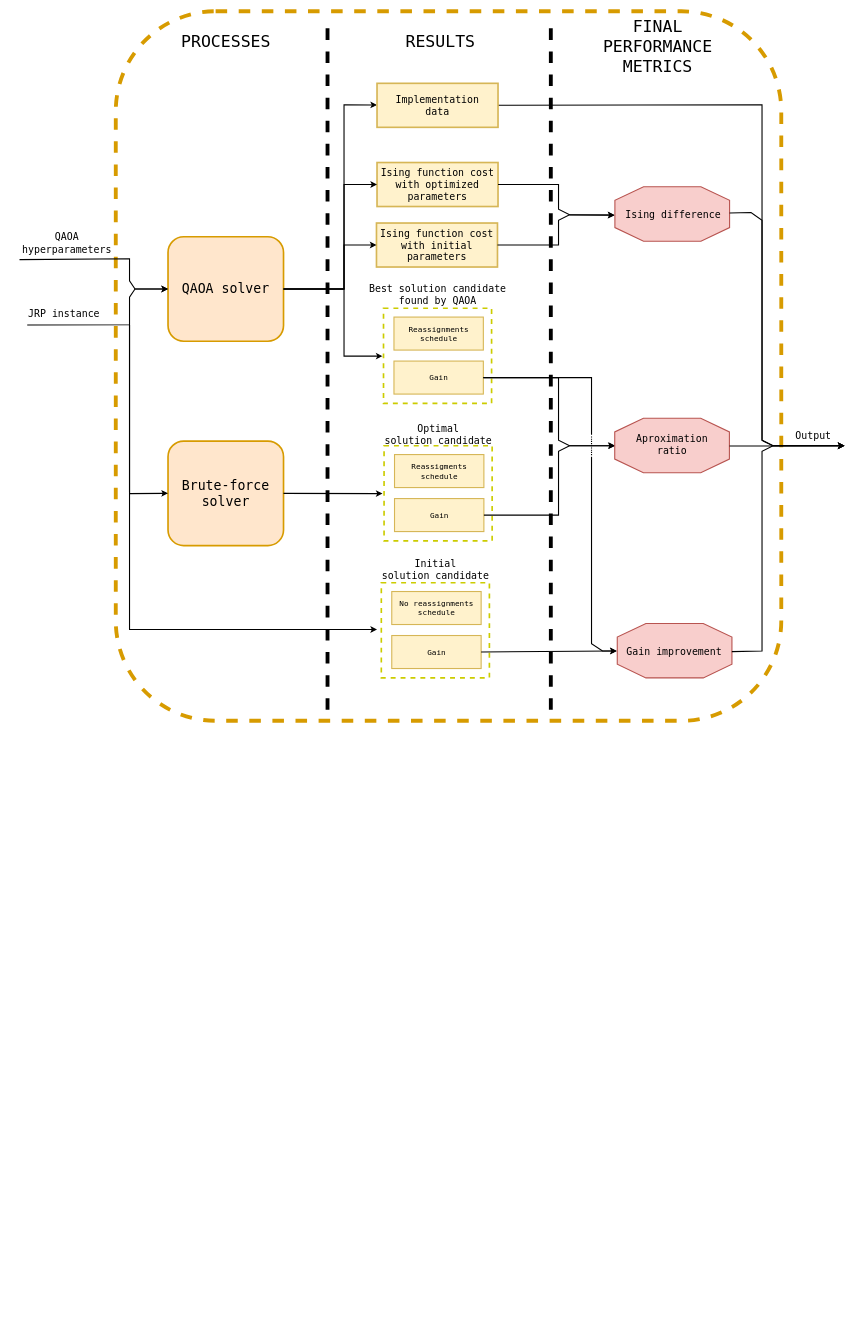
The draw.io diagram page "AnalizadorRendimientoAlgoritmico_english" (7 of 15) of experiment_testQAOASolver/design/experiment_design.drawio in AdrianoLusso/QuantumComputing_for_JobReassignmentProblem, before the edit. Source tidied: cells renumbered, new cells numbered last; positions are measured from the earlier drawing's top-left corner, leaving out a move shared by most shapes. Both pictures are drawn from the tidied source at 55%, with x=0, y=0 at pixel (19, 11).
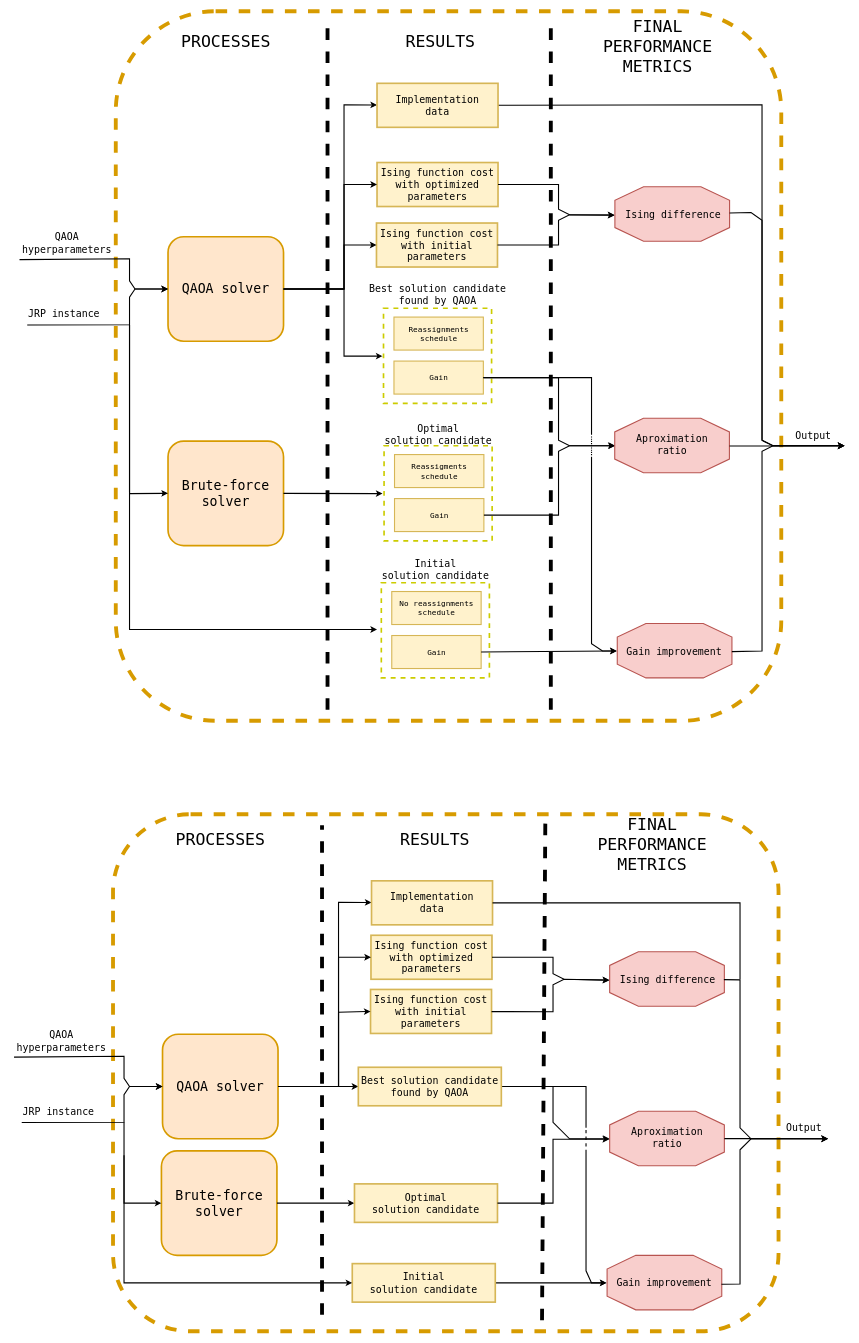
After the change.

What changed in the source:
```diff
@@
+    <mxCell id="58" style="rounded=1;whiteSpace=wrap;html=1;fillColor=none;dashed=1;strokeWidth=7;strokeColor=#d79b00;" parent="1" vertex="1">
+      <mxGeometry x="170" y="1460" width="1210" height="940" as="geometry" />
+    </mxCell>
+    <mxCell id="59" value="&lt;font style=&quot;font-size: 24px;&quot; face=&quot;Lucida Console&quot;&gt;QAOA solver&lt;/font&gt;" style="rounded=1;whiteSpace=wrap;html=1;fillColor=#ffe6cc;strokeColor=#d79b00;strokeWidth=3;" parent="1" vertex="1">
+      <mxGeometry x="260" y="1860" width="210" height="190" as="geometry" />
+    </mxCell>
+    <mxCell id="60" value="&lt;font face=&quot;Lucida Console&quot;&gt;&lt;span style=&quot;font-size: 18px;&quot;&gt;Ising function cost&lt;/span&gt;&lt;/font&gt;&lt;div&gt;&lt;font face=&quot;Lucida Console&quot;&gt;&lt;span style=&quot;font-size: 18px;&quot;&gt;with optimized parameters&lt;/span&gt;&lt;/font&gt;&lt;/div&gt;" style="rounded=0;whiteSpace=wrap;html=1;fillColor=#fff2cc;strokeColor=#d6b656;strokeWidth=3;" parent="1" vertex="1">
+      <mxGeometry x="639" y="1680" width="220" height="80" as="geometry" />
+    </mxCell>
+    <mxCell id="61" value="&lt;span style=&quot;font-family: &amp;quot;Lucida Console&amp;quot;; font-size: 18px;&quot;&gt;Ising function cost with initial parameters&lt;/span&gt;" style="rounded=0;whiteSpace=wrap;html=1;fillColor=#fff2cc;strokeColor=#d6b656;strokeWidth=3;" parent="1" vertex="1">
+      <mxGeometry x="638.2" y="1778.5" width="220" height="80" as="geometry" />
+    </mxCell>
+    <mxCell id="62" value="&lt;span style=&quot;font-family: &amp;quot;Lucida Console&amp;quot;; font-size: 24px;&quot;&gt;Brute-force&lt;/span&gt;&lt;div&gt;&lt;font face=&quot;Lucida Console&quot;&gt;&lt;span style=&quot;font-size: 24px;&quot;&gt;solver&lt;/span&gt;&lt;/font&gt;&lt;/div&gt;" style="rounded=1;whiteSpace=wrap;html=1;fillColor=#ffe6cc;strokeColor=#d79b00;strokeWidth=3;" parent="1" vertex="1">
+      <mxGeometry x="258" y="2072" width="210" height="190" as="geometry" />
+    </mxCell>
+    <mxCell id="63" style="endArrow=classic;html=1;rounded=0;entryX=-0.002;entryY=0.522;entryDx=0;entryDy=0;entryPerimeter=0;strokeWidth=2;exitX=1;exitY=0.5;exitDx=0;exitDy=0;" parent="1" edge="1" source="60" target="66">
+      <mxGeometry relative="1" as="geometry">
+        <Array as="points">
+          <mxPoint x="970" y="1720" />
+          <mxPoint x="970" y="1750" />
+          <mxPoint x="990" y="1760" />
+        </Array>
+      </mxGeometry>
+    </mxCell>
+    <mxCell id="64" style="endArrow=classic;html=1;rounded=0;strokeWidth=2;entryX=-0.004;entryY=0.519;entryDx=0;entryDy=0;entryPerimeter=0;" parent="1" edge="1" source="61" target="66">
+      <mxGeometry relative="1" as="geometry">
+        <Array as="points">
+          <mxPoint x="970" y="1819" />
+          <mxPoint x="970" y="1770" />
+          <mxPoint x="990" y="1760" />
+        </Array>
+      </mxGeometry>
+    </mxCell>
+    <mxCell id="65" style="group;" parent="1" vertex="1">
+      <mxGeometry x="1073" y="1710" width="208.5" height="99" as="geometry" />
+    </mxCell>
+    <mxCell id="66" style="verticalLabelPosition=bottom;verticalAlign=top;html=1;shape=mxgraph.basic.polygon;polyCoords=[[0.25,0],[0.75,0],[1,0.25],[1,0.75],[0.75,1],[0.25,1],[0,0.75],[0,0.25]];polyline=0;fillColor=#f8cecc;strokeColor=#b85450;strokeWidth=2;" parent="65" vertex="1">
+      <mxGeometry width="208.5" height="99" as="geometry" />
+    </mxCell>
+    <mxCell id="67" value="&lt;font face=&quot;Lucida Console&quot;&gt;&lt;span style=&quot;font-size: 18px;&quot;&gt;Ising difference&lt;/span&gt;&lt;/font&gt;" style="text;html=1;align=center;verticalAlign=middle;strokeColor=none;fillColor=none;" parent="65" vertex="1">
+      <mxGeometry x="5" y="29.5" width="200" height="40" as="geometry" />
+    </mxCell>
+    <mxCell id="68" style="endArrow=classic;html=1;rounded=0;entryX=-0.001;entryY=0.503;entryDx=0;entryDy=0;entryPerimeter=0;strokeWidth=2;exitX=1;exitY=0.5;exitDx=0;exitDy=0;" parent="1" edge="1" source="95" target="73">
+      <mxGeometry relative="1" as="geometry">
+        <Array as="points">
+          <mxPoint x="970" y="1955" />
+          <mxPoint x="970" y="2020" />
+          <mxPoint x="1000" y="2050" />
+        </Array>
+      </mxGeometry>
+    </mxCell>
+    <mxCell id="69" style="endArrow=classic;html=1;rounded=0;entryX=-0.004;entryY=0.505;entryDx=0;entryDy=0;entryPerimeter=0;strokeWidth=2;" parent="1" edge="1" source="99" target="76">
+      <mxGeometry relative="1" as="geometry" />
+    </mxCell>
+    <mxCell id="70" style="endArrow=none;html=1;rounded=0;exitX=1;exitY=0.5;exitDx=0;exitDy=0;strokeWidth=2;" parent="1" edge="1" source="95">
+      <mxGeometry relative="1" as="geometry">
+        <mxPoint x="1030" y="2030" as="targetPoint" />
+        <Array as="points">
+          <mxPoint x="1030" y="1955" />
+        </Array>
+      </mxGeometry>
+    </mxCell>
+    <mxCell id="71" style="endArrow=classic;html=1;rounded=0;entryX=-0.005;entryY=0.505;entryDx=0;entryDy=0;entryPerimeter=0;strokeWidth=2;" parent="1" edge="1" target="76">
+      <mxGeometry relative="1" as="geometry">
+        <mxPoint x="1030" y="2070" as="sourcePoint" />
+        <Array as="points">
+          <mxPoint x="1030" y="2290" />
+          <mxPoint x="1040" y="2312" />
+        </Array>
+      </mxGeometry>
+    </mxCell>
+    <mxCell id="72" style="group;strokeWidth=2;" parent="1" vertex="1">
+      <mxGeometry x="1030.8" y="2000" width="250.8" height="99" as="geometry" />
+    </mxCell>
+    <mxCell id="73" style="verticalLabelPosition=bottom;verticalAlign=top;html=1;shape=mxgraph.basic.polygon;polyCoords=[[0.25,0],[0.75,0],[1,0.25],[1,0.75],[0.75,1],[0.25,1],[0,0.75],[0,0.25]];polyline=0;fillColor=#f8cecc;strokeColor=#b85450;strokeWidth=2;" parent="72" vertex="1">
+      <mxGeometry x="42.2" width="208.5" height="99" as="geometry" />
+    </mxCell>
+    <mxCell id="74" value="&lt;font face=&quot;Lucida Console&quot;&gt;&lt;span style=&quot;font-size: 18px;&quot;&gt;Aproximation&lt;/span&gt;&lt;/font&gt;&lt;div&gt;&lt;font face=&quot;Lucida Console&quot;&gt;&lt;span style=&quot;font-size: 18px;&quot;&gt;ratio&lt;/span&gt;&lt;/font&gt;&lt;/div&gt;" style="text;html=1;align=center;verticalAlign=middle;strokeColor=none;fillColor=none;" parent="72" vertex="1">
+      <mxGeometry x="71" y="17.5" width="150" height="60" as="geometry" />
+    </mxCell>
+    <mxCell id="75" style="group;" parent="1" vertex="1">
+      <mxGeometry x="1061.5" y="2262" width="220" height="99" as="geometry" />
+    </mxCell>
+    <mxCell id="76" style="verticalLabelPosition=bottom;verticalAlign=top;html=1;shape=mxgraph.basic.polygon;polyCoords=[[0.25,0],[0.75,0],[1,0.25],[1,0.75],[0.75,1],[0.25,1],[0,0.75],[0,0.25]];polyline=0;fillColor=#f8cecc;strokeColor=#b85450;strokeWidth=2;" parent="75" vertex="1">
+      <mxGeometry x="6.8" width="208.5" height="99" as="geometry" />
+    </mxCell>
+    <mxCell id="77" value="&lt;font face=&quot;Lucida Console&quot;&gt;&lt;span style=&quot;font-size: 18px;&quot;&gt;Gain improvement&lt;/span&gt;&lt;/font&gt;" style="text;html=1;align=center;verticalAlign=middle;strokeColor=none;fillColor=none;" parent="75" vertex="1">
+      <mxGeometry x="10" y="29.5" width="200" height="40" as="geometry" />
+    </mxCell>
+    <mxCell id="78" style="endArrow=classic;html=1;rounded=0;entryX=0;entryY=0.5;entryDx=0;entryDy=0;strokeWidth=2;exitX=0;exitY=0.75;exitDx=0;exitDy=0;" parent="1" edge="1" target="59">
+      <mxGeometry relative="1" as="geometry">
+        <mxPoint x="-10" y="1901.5" as="sourcePoint" />
+        <Array as="points">
+          <mxPoint x="190" y="1900" />
+          <mxPoint x="190" y="1940" />
+          <mxPoint x="200" y="1955" />
+        </Array>
+      </mxGeometry>
+    </mxCell>
+    <mxCell id="79" style="endArrow=classic;html=1;rounded=0;entryX=0;entryY=0.5;entryDx=0;entryDy=0;strokeWidth=2;exitX=0;exitY=0.75;exitDx=0;exitDy=0;" parent="1" edge="1" source="92" target="59">
+      <mxGeometry relative="1" as="geometry">
+        <Array as="points">
+          <mxPoint x="190" y="2020" />
+          <mxPoint x="190" y="1970" />
+          <mxPoint x="200" y="1955" />
+        </Array>
+      </mxGeometry>
+    </mxCell>
+    <mxCell id="80" style="endArrow=classic;html=1;rounded=0;entryX=0;entryY=0.5;entryDx=0;entryDy=0;strokeWidth=2;" parent="1" edge="1" target="62">
+      <mxGeometry relative="1" as="geometry">
+        <mxPoint x="190" y="2020" as="sourcePoint" />
+        <Array as="points">
+          <mxPoint x="190" y="2167" />
+        </Array>
+      </mxGeometry>
+    </mxCell>
+    <mxCell id="81" style="endArrow=classic;html=1;rounded=0;exitX=1;exitY=0.5;exitDx=0;exitDy=0;entryX=0;entryY=0.5;entryDx=0;entryDy=0;strokeWidth=2;" parent="1" edge="1" source="59" target="61">
+      <mxGeometry relative="1" as="geometry">
+        <Array as="points">
+          <mxPoint x="580" y="1955" />
+          <mxPoint x="580" y="1820" />
+        </Array>
+      </mxGeometry>
+    </mxCell>
+    <mxCell id="82" style="endArrow=classic;html=1;rounded=0;exitX=1;exitY=0.5;exitDx=0;exitDy=0;entryX=0;entryY=0.5;entryDx=0;entryDy=0;strokeWidth=2;" parent="1" edge="1" source="59" target="60">
+      <mxGeometry relative="1" as="geometry">
+        <Array as="points">
+          <mxPoint x="580" y="1955" />
+          <mxPoint x="580" y="1720" />
+          <mxPoint x="600" y="1720" />
+        </Array>
+      </mxGeometry>
+    </mxCell>
+    <mxCell id="83" style="endArrow=classic;html=1;rounded=0;exitX=1;exitY=0.5;exitDx=0;exitDy=0;strokeWidth=2;entryX=0;entryY=0.5;entryDx=0;entryDy=0;" parent="1" edge="1" source="59" target="95">
+      <mxGeometry relative="1" as="geometry">
+        <Array as="points">
+          <mxPoint x="580" y="1955" />
+          <mxPoint x="590" y="1955" />
+        </Array>
+      </mxGeometry>
+    </mxCell>
+    <mxCell id="84" style="endArrow=classic;html=1;rounded=0;exitX=1;exitY=0.5;exitDx=0;exitDy=0;strokeWidth=2;" parent="1" edge="1" source="62" target="96">
+      <mxGeometry relative="1" as="geometry" />
+    </mxCell>
+    <mxCell id="85" style="endArrow=none;html=1;strokeWidth=7;rounded=0;dashed=1;" parent="1" edge="1">
+      <mxGeometry relative="1" as="geometry">
+        <mxPoint x="550" y="2370" as="sourcePoint" />
+        <mxPoint x="550" y="1480" as="targetPoint" />
+      </mxGeometry>
+    </mxCell>
+    <mxCell id="86" style="endArrow=none;html=1;strokeWidth=7;rounded=0;dashed=1;" parent="1" edge="1">
+      <mxGeometry relative="1" as="geometry">
+        <mxPoint x="950" y="2380" as="sourcePoint" />
+        <mxPoint x="956" y="1470" as="targetPoint" />
+      </mxGeometry>
+    </mxCell>
+    <mxCell id="87" value="&lt;font style=&quot;font-size: 30px;&quot; face=&quot;Lucida Console&quot;&gt;PROCESSES&lt;/font&gt;" style="text;html=1;align=center;verticalAlign=middle;strokeColor=none;fillColor=none;" parent="1" vertex="1">
+      <mxGeometry x="270" y="1480" width="190" height="50" as="geometry" />
+    </mxCell>
+    <mxCell id="88" value="&lt;font face=&quot;Lucida Console&quot;&gt;&lt;span style=&quot;font-size: 30px;&quot;&gt;RESULTS&lt;/span&gt;&lt;/font&gt;" style="text;html=1;align=center;verticalAlign=middle;strokeColor=none;fillColor=none;" parent="1" vertex="1">
+      <mxGeometry x="680" y="1480" width="150" height="50" as="geometry" />
+    </mxCell>
+    <mxCell id="89" value="&lt;font face=&quot;Lucida Console&quot;&gt;&lt;span style=&quot;font-size: 30px;&quot;&gt;FINAL&lt;/span&gt;&lt;/font&gt;&lt;div&gt;&lt;font face=&quot;Lucida Console&quot;&gt;&lt;span style=&quot;font-size: 30px;&quot;&gt;PERFORMANCE&lt;br&gt;&lt;/span&gt;&lt;/font&gt;&lt;div&gt;&lt;font face=&quot;Lucida Console&quot;&gt;&lt;span style=&quot;font-size: 30px;&quot;&gt;METRICS&lt;/span&gt;&lt;/font&gt;&lt;/div&gt;&lt;/div&gt;" style="text;html=1;align=center;verticalAlign=middle;strokeColor=none;fillColor=none;" parent="1" vertex="1">
+      <mxGeometry x="1040" y="1454" width="220" height="120" as="geometry" />
+    </mxCell>
+    <mxCell id="90" style="endArrow=classic;html=1;rounded=0;exitX=1;exitY=0.5;exitDx=0;exitDy=0;strokeWidth=2;" parent="1" edge="1" source="59" target="93">
+      <mxGeometry relative="1" as="geometry">
+        <Array as="points">
+          <mxPoint x="580" y="1955" />
+          <mxPoint x="580" y="1620" />
+        </Array>
+      </mxGeometry>
+    </mxCell>
+    <mxCell id="91" value="&lt;font style=&quot;font-size: 18px;&quot; face=&quot;Lucida Console&quot;&gt;Output&lt;/font&gt;" style="text;html=1;align=center;verticalAlign=middle;strokeColor=none;fillColor=none;" parent="1" vertex="1">
+      <mxGeometry x="1381" y="2010" width="90" height="40" as="geometry" />
+    </mxCell>
+    <mxCell id="92" value="&lt;div style=&quot;text-align: center;&quot;&gt;&lt;span style=&quot;background-color: transparent; color: light-dark(rgb(0, 0, 0), rgb(255, 255, 255)); font-size: 18px; text-wrap-mode: nowrap;&quot;&gt;&lt;font face=&quot;Lucida Console&quot;&gt;JRP instance&lt;/font&gt;&lt;/span&gt;&lt;/div&gt;" style="text;whiteSpace=wrap;html=1;" parent="1" vertex="1">
+      <mxGeometry x="4" y="1983" width="190" height="50" as="geometry" />
+    </mxCell>
+    <mxCell id="93" value="&lt;font face=&quot;Lucida Console&quot;&gt;&lt;span style=&quot;font-size: 18px;&quot;&gt;Implementation&lt;/span&gt;&lt;/font&gt;&lt;div&gt;&lt;font face=&quot;Lucida Console&quot;&gt;&lt;span style=&quot;font-size: 18px;&quot;&gt;data&lt;/span&gt;&lt;/font&gt;&lt;/div&gt;" style="rounded=0;whiteSpace=wrap;html=1;fillColor=#fff2cc;strokeColor=#d6b656;strokeWidth=3;" parent="1" vertex="1">
+      <mxGeometry x="640" y="1581" width="220" height="80" as="geometry" />
+    </mxCell>
+    <mxCell id="94" value="&lt;div style=&quot;text-align: center;&quot;&gt;&lt;span style=&quot;background-color: transparent; color: light-dark(rgb(0, 0, 0), rgb(255, 255, 255)); font-size: 18px; text-wrap-mode: nowrap;&quot;&gt;&lt;font face=&quot;Lucida Console&quot;&gt;QAOA&lt;/font&gt;&lt;/span&gt;&lt;/div&gt;&lt;div style=&quot;text-align: center;&quot;&gt;&lt;font face=&quot;Lucida Console&quot;&gt;&lt;span style=&quot;font-size: 18px; text-wrap-mode: nowrap;&quot;&gt;hyperparameters&lt;/span&gt;&lt;/font&gt;&lt;/div&gt;" style="text;whiteSpace=wrap;html=1;" parent="1" vertex="1">
+      <mxGeometry x="-7" y="1843" width="190" height="50" as="geometry" />
+    </mxCell>
+    <mxCell id="95" value="&lt;font style=&quot;text-wrap-mode: nowrap;&quot; face=&quot;Lucida Console&quot;&gt;&lt;span style=&quot;font-size: 18px;&quot;&gt;Best solution candidate&lt;/span&gt;&lt;/font&gt;&lt;div style=&quot;text-wrap-mode: nowrap;&quot;&gt;&lt;font face=&quot;Lucida Console&quot;&gt;&lt;span style=&quot;font-size: 18px;&quot;&gt;found by QAOA&lt;/span&gt;&lt;/font&gt;&lt;/div&gt;" style="rounded=0;whiteSpace=wrap;html=1;fillColor=#fff2cc;strokeColor=#d6b656;strokeWidth=3;" parent="1" vertex="1">
+      <mxGeometry x="616" y="1920" width="260" height="70" as="geometry" />
+    </mxCell>
+    <mxCell id="96" value="&lt;font style=&quot;text-wrap-mode: nowrap; font-size: 18px;&quot; face=&quot;Lucida Console&quot;&gt;Optimal&lt;/font&gt;&lt;div style=&quot;text-wrap-mode: nowrap;&quot;&gt;&lt;font style=&quot;font-size: 18px;&quot; face=&quot;Lucida Console&quot;&gt;solution candidate&lt;/font&gt;&lt;/div&gt;" style="rounded=0;whiteSpace=wrap;html=1;fillColor=#fff2cc;strokeColor=#d6b656;strokeWidth=3;" parent="1" vertex="1">
+      <mxGeometry x="609" y="2132" width="260" height="70" as="geometry" />
+    </mxCell>
+    <mxCell id="97" style="edgeStyle=orthogonalEdgeStyle;rounded=0;jettySize=auto;html=1;entryX=-0.004;entryY=0.513;entryDx=0;entryDy=0;entryPerimeter=0;strokeWidth=2;" parent="1" edge="1" source="96" target="73">
+      <mxGeometry relative="1" as="geometry">
+        <Array as="points">
+          <mxPoint x="970" y="2167" />
+          <mxPoint x="970" y="2051" />
+        </Array>
+      </mxGeometry>
+    </mxCell>
+    <mxCell id="98" style="endArrow=none;html=1;rounded=0;dashed=1;strokeWidth=2;" parent="1" edge="1">
+      <mxGeometry relative="1" as="geometry">
+        <mxPoint x="1030" y="2064" as="sourcePoint" />
+        <mxPoint x="1030" y="2034" as="targetPoint" />
+      </mxGeometry>
+    </mxCell>
+    <mxCell id="99" value="&lt;font style=&quot;text-wrap-mode: nowrap; font-size: 18px;&quot; face=&quot;Lucida Console&quot;&gt;Initial&lt;/font&gt;&lt;div style=&quot;text-wrap-mode: nowrap;&quot;&gt;&lt;font style=&quot;font-size: 18px;&quot; face=&quot;Lucida Console&quot;&gt;solution candidate&lt;/font&gt;&lt;/div&gt;" style="rounded=0;whiteSpace=wrap;html=1;fillColor=#fff2cc;strokeColor=#d6b656;strokeWidth=3;" parent="1" vertex="1">
+      <mxGeometry x="605" y="2277" width="260" height="70" as="geometry" />
+    </mxCell>
+    <mxCell id="100" style="endArrow=classic;html=1;rounded=0;strokeWidth=2;entryX=0;entryY=0.5;entryDx=0;entryDy=0;" parent="1" edge="1" target="99">
+      <mxGeometry relative="1" as="geometry">
+        <mxPoint x="190" y="2080" as="sourcePoint" />
+        <Array as="points">
+          <mxPoint x="190" y="2312" />
+        </Array>
+      </mxGeometry>
+    </mxCell>
+    <mxCell id="101" style="endArrow=classic;html=1;rounded=0;strokeWidth=2;" parent="1" edge="1" source="73">
+      <mxGeometry relative="1" as="geometry">
+        <mxPoint x="1470" y="2050" as="targetPoint" />
+      </mxGeometry>
+    </mxCell>
+    <mxCell id="102" style="endArrow=classic;html=1;rounded=0;exitX=0.997;exitY=0.53;exitDx=0;exitDy=0;exitPerimeter=0;strokeWidth=2;" parent="1" edge="1" source="76">
+      <mxGeometry relative="1" as="geometry">
+        <mxPoint x="1470" y="2050" as="targetPoint" />
+        <Array as="points">
+          <mxPoint x="1310" y="2314" />
+          <mxPoint x="1310" y="2070" />
+          <mxPoint x="1330" y="2050" />
+        </Array>
+      </mxGeometry>
+    </mxCell>
+    <mxCell id="103" style="endArrow=classic;html=1;rounded=0;exitX=0.996;exitY=0.512;exitDx=0;exitDy=0;exitPerimeter=0;strokeWidth=2;" parent="1" edge="1" source="66">
+      <mxGeometry relative="1" as="geometry">
+        <mxPoint x="1470" y="2050" as="targetPoint" />
+        <Array as="points">
+          <mxPoint x="1310" y="1761" />
+          <mxPoint x="1310" y="2030" />
+          <mxPoint x="1330" y="2050" />
+        </Array>
+      </mxGeometry>
+    </mxCell>
+    <mxCell id="104" style="endArrow=none;html=1;rounded=0;exitX=1;exitY=0.5;exitDx=0;exitDy=0;strokeWidth=2;" parent="1" edge="1" source="93">
+      <mxGeometry relative="1" as="geometry">
+        <mxPoint x="1310" y="1760" as="targetPoint" />
+        <Array as="points">
+          <mxPoint x="1310" y="1621" />
+        </Array>
+      </mxGeometry>
+    </mxCell>
```
